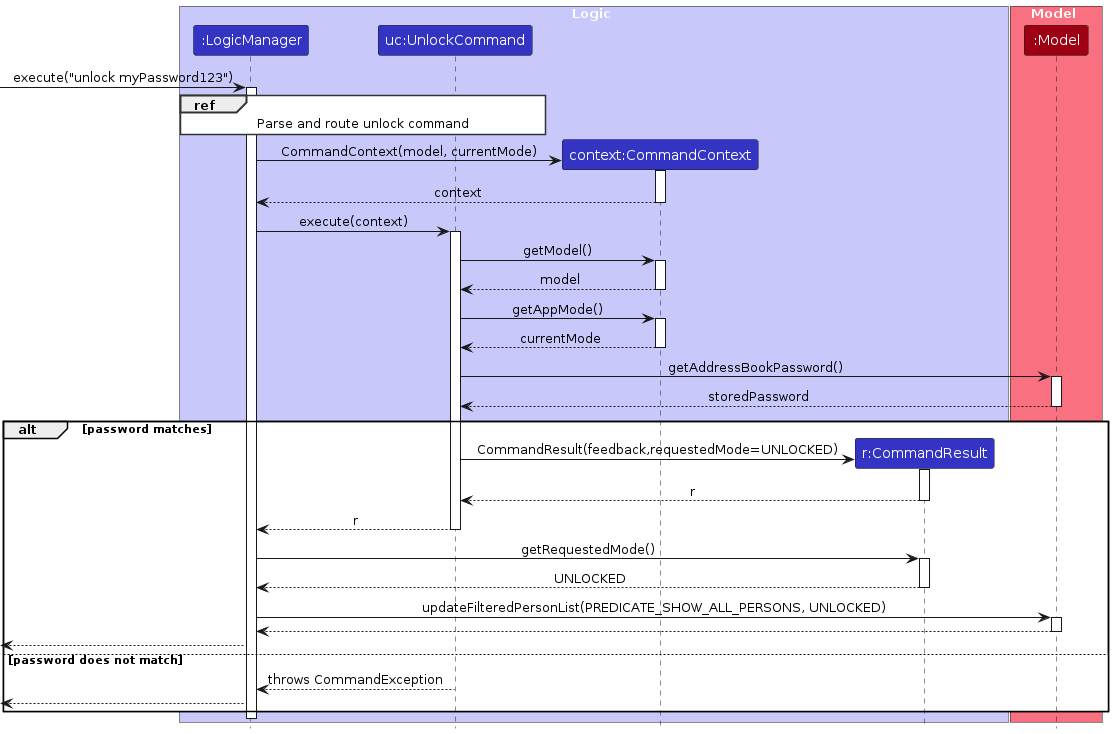
Above: diagrams/UnlockSequenceDiagram.png in AY2526S2-CS2103T-T15-2/tp (PlantUML), before the change. Its source is kept beside it as diagrams/UnlockSequenceDiagram.puml.
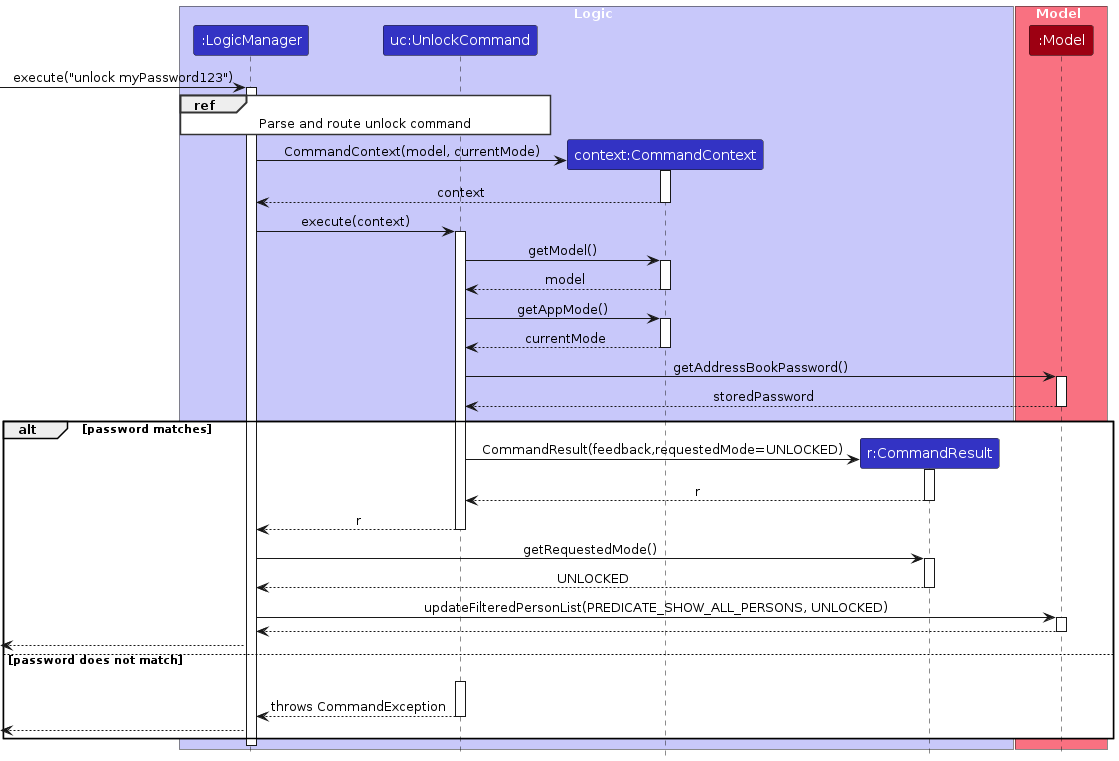
After the change.

What changed in the source:
```diff
@@ -69,6 +69,7 @@
 
     [<-- LogicManager
 else password does not match
+    UnlockCommand -[hidden]> UnlockCommand ++
     UnlockCommand --> LogicManager : throws CommandException
     deactivate UnlockCommand
     [<-- LogicManager
```
